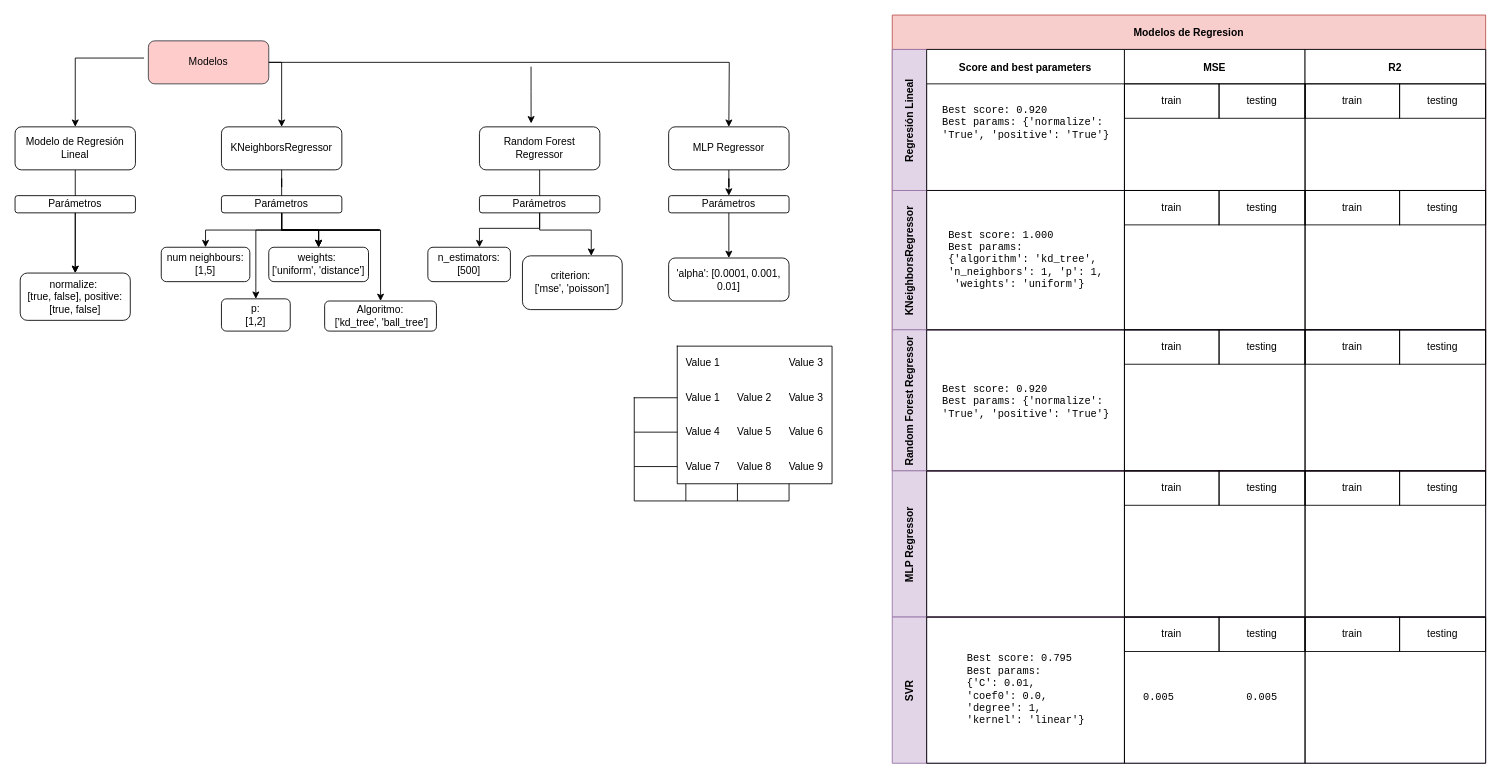
This is Untitled Diagram.drawio from Rebeca98/Proyecto_MineriaDatos, a draw.io file, before an edit. Source tidied: cells renumbered, new cells numbered last; positions are measured from the earlier drawing's top-left corner, leaving out a move shared by most shapes. Both pictures are drawn from the tidied source at 86%, with x=0, y=0 at pixel (15, 15).
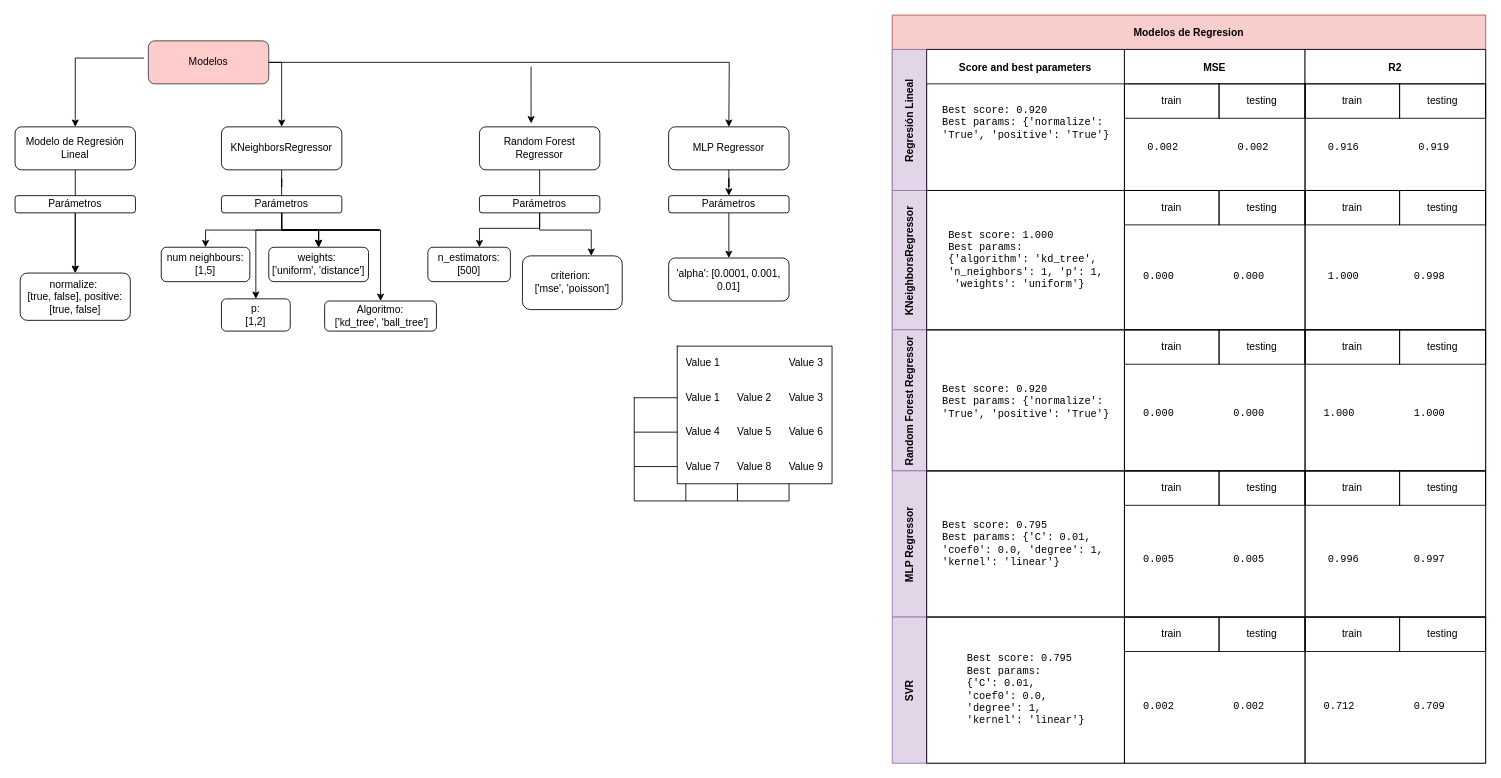
Above is the later version.

Unchanged cells that the change refers to:
```xml
<mxCell id="40" value="MSE" style="swimlane;startSize=40;" parent="37" vertex="1">
  <mxGeometry x="270" width="210" height="164" as="geometry" />
</mxCell>
<mxCell id="43" value="R2" style="swimlane;startSize=40;" parent="37" vertex="1">
  <mxGeometry x="480" width="210" height="164" as="geometry" />
</mxCell>
<mxCell id="52" style="swimlane;startSize=0;" parent="46" vertex="1">
  <mxGeometry x="480" width="210" height="162" as="geometry" />
</mxCell>
<mxCell id="61" style="swimlane;startSize=0;" parent="55" vertex="1">
  <mxGeometry x="480" width="210" height="164" as="geometry" />
</mxCell>
<mxCell id="65" style="swimlane;startSize=0;" parent="64" vertex="1">
  <mxGeometry x="40" width="230" height="170" as="geometry" />
</mxCell>
<mxCell id="69" style="swimlane;startSize=0;" parent="64" vertex="1">
  <mxGeometry x="480" width="210" height="170" as="geometry" />
</mxCell>
<mxCell id="105" style="swimlane;startSize=0;" parent="102" vertex="1">
  <mxGeometry x="270" width="210" height="170" as="geometry" />
</mxCell>
<mxCell id="110" style="swimlane;startSize=0;" parent="102" vertex="1">
  <mxGeometry x="480" width="210" height="170" as="geometry" />
</mxCell>
```

What changed in the source:
```diff
@@
+    <mxCell id="113" value="&lt;pre style=&quot;border: none; margin: 0px; padding: 0px; overflow: auto; word-break: break-all; overflow-wrap: break-word; font-style: normal; font-weight: 400; letter-spacing: normal; text-align: left; text-indent: 0px; text-transform: none; word-spacing: 0px; background-color: rgb(255, 255, 255);&quot;&gt;0.002&lt;/pre&gt;" style="text;whiteSpace=wrap;html=1;" parent="40" vertex="1">
+      <mxGeometry x="25" y="100" width="60" height="30" as="geometry" />
+    </mxCell>
+    <mxCell id="114" value="&lt;pre style=&quot;border: none; margin: 0px; padding: 0px; overflow: auto; word-break: break-all; overflow-wrap: break-word; font-style: normal; font-weight: 400; letter-spacing: normal; text-align: left; text-indent: 0px; text-transform: none; word-spacing: 0px; background-color: rgb(255, 255, 255);&quot;&gt;0.002&lt;/pre&gt;" style="text;whiteSpace=wrap;html=1;" parent="40" vertex="1">
+      <mxGeometry x="130" y="100" width="60" height="30" as="geometry" />
+    </mxCell>
@@
+    <mxCell id="115" value="&lt;pre style=&quot;border: none; margin: 0px; padding: 0px; overflow: auto; word-break: break-all; overflow-wrap: break-word; font-style: normal; font-weight: 400; letter-spacing: normal; text-align: left; text-indent: 0px; text-transform: none; word-spacing: 0px; background-color: rgb(255, 255, 255);&quot;&gt;0.916&lt;/pre&gt;" style="text;whiteSpace=wrap;html=1;" parent="43" vertex="1">
+      <mxGeometry x="25" y="100" width="60" height="30" as="geometry" />
+    </mxCell>
+    <mxCell id="116" value="&lt;pre style=&quot;border: none; margin: 0px; padding: 0px; overflow: auto; word-break: break-all; overflow-wrap: break-word; font-style: normal; font-weight: 400; letter-spacing: normal; text-align: left; text-indent: 0px; text-transform: none; word-spacing: 0px; background-color: rgb(255, 255, 255);&quot;&gt;0.919&lt;/pre&gt;" style="text;whiteSpace=wrap;html=1;" parent="43" vertex="1">
+      <mxGeometry x="130" y="100" width="60" height="30" as="geometry" />
+    </mxCell>
@@
+    <mxCell id="117" value="&lt;pre style=&quot;border: none ; margin: 0px ; padding: 0px ; overflow: auto ; word-break: break-all ; overflow-wrap: break-word ; font-style: normal ; font-weight: 400 ; letter-spacing: normal ; text-align: left ; text-indent: 0px ; text-transform: none ; word-spacing: 0px ; background-color: rgb(255 , 255 , 255)&quot;&gt;&lt;pre style=&quot;border: none ; margin-top: 0px ; margin-bottom: 0px ; padding: 0px ; overflow: auto ; word-break: break-all ; overflow-wrap: break-word&quot;&gt;0.000&lt;/pre&gt;&lt;/pre&gt;" style="text;whiteSpace=wrap;html=1;" parent="52" vertex="1">
+      <mxGeometry x="-190" y="86" width="60" height="30" as="geometry" />
+    </mxCell>
+    <mxCell id="118" value="&lt;pre style=&quot;border: none ; margin: 0px ; padding: 0px ; overflow: auto ; word-break: break-all ; overflow-wrap: break-word ; font-style: normal ; font-weight: 400 ; letter-spacing: normal ; text-align: left ; text-indent: 0px ; text-transform: none ; word-spacing: 0px ; background-color: rgb(255 , 255 , 255)&quot;&gt;&lt;pre style=&quot;border: none ; margin-top: 0px ; margin-bottom: 0px ; padding: 0px ; overflow: auto ; word-break: break-all ; overflow-wrap: break-word&quot;&gt;0.000&lt;/pre&gt;&lt;/pre&gt;" style="text;whiteSpace=wrap;html=1;" parent="52" vertex="1">
+      <mxGeometry x="-85" y="86" width="60" height="30" as="geometry" />
+    </mxCell>
+    <mxCell id="119" value="&lt;pre style=&quot;border: none ; margin: 0px ; padding: 0px ; overflow: auto ; word-break: break-all ; overflow-wrap: break-word ; font-style: normal ; font-weight: 400 ; letter-spacing: normal ; text-align: left ; text-indent: 0px ; text-transform: none ; word-spacing: 0px ; background-color: rgb(255 , 255 , 255)&quot;&gt;&lt;pre style=&quot;border: none ; margin-top: 0px ; margin-bottom: 0px ; padding: 0px ; overflow: auto ; word-break: break-all ; overflow-wrap: break-word&quot;&gt;1.000&lt;/pre&gt;&lt;/pre&gt;" style="text;whiteSpace=wrap;html=1;" parent="52" vertex="1">
+      <mxGeometry x="25" y="86" width="60" height="30" as="geometry" />
+    </mxCell>
+    <mxCell id="120" value="&lt;pre style=&quot;border: none ; margin: 0px ; padding: 0px ; overflow: auto ; word-break: break-all ; overflow-wrap: break-word ; font-style: normal ; font-weight: 400 ; letter-spacing: normal ; text-align: left ; text-indent: 0px ; text-transform: none ; word-spacing: 0px ; background-color: rgb(255 , 255 , 255)&quot;&gt;&lt;pre style=&quot;border: none ; margin-top: 0px ; margin-bottom: 0px ; padding: 0px ; overflow: auto ; word-break: break-all ; overflow-wrap: break-word&quot;&gt;0.998&lt;/pre&gt;&lt;/pre&gt;" style="text;whiteSpace=wrap;html=1;" parent="52" vertex="1">
+      <mxGeometry x="125" y="86" width="60" height="30" as="geometry" />
+    </mxCell>
@@
+    <mxCell id="121" value="&lt;pre style=&quot;border: none ; margin: 0px ; padding: 0px ; overflow: auto ; word-break: break-all ; overflow-wrap: break-word ; font-style: normal ; font-weight: 400 ; letter-spacing: normal ; text-align: left ; text-indent: 0px ; text-transform: none ; word-spacing: 0px ; background-color: rgb(255 , 255 , 255)&quot;&gt;&lt;pre style=&quot;border: none ; margin-top: 0px ; margin-bottom: 0px ; padding: 0px ; overflow: auto ; word-break: break-all ; overflow-wrap: break-word&quot;&gt;0.000&lt;/pre&gt;&lt;/pre&gt;" style="text;whiteSpace=wrap;html=1;" parent="61" vertex="1">
+      <mxGeometry x="-190" y="84" width="60" height="30" as="geometry" />
+    </mxCell>
+    <mxCell id="122" value="&lt;pre style=&quot;border: none ; margin: 0px ; padding: 0px ; overflow: auto ; word-break: break-all ; overflow-wrap: break-word ; font-style: normal ; font-weight: 400 ; letter-spacing: normal ; text-align: left ; text-indent: 0px ; text-transform: none ; word-spacing: 0px ; background-color: rgb(255 , 255 , 255)&quot;&gt;&lt;pre style=&quot;border: none ; margin-top: 0px ; margin-bottom: 0px ; padding: 0px ; overflow: auto ; word-break: break-all ; overflow-wrap: break-word&quot;&gt;0.000&lt;/pre&gt;&lt;/pre&gt;" style="text;whiteSpace=wrap;html=1;" parent="61" vertex="1">
+      <mxGeometry x="-85" y="84" width="60" height="30" as="geometry" />
+    </mxCell>
+    <mxCell id="123" value="&lt;pre style=&quot;border: none ; margin: 0px ; padding: 0px ; overflow: auto ; word-break: break-all ; overflow-wrap: break-word ; font-style: normal ; font-weight: 400 ; letter-spacing: normal ; text-align: left ; text-indent: 0px ; text-transform: none ; word-spacing: 0px ; background-color: rgb(255 , 255 , 255)&quot;&gt;&lt;pre style=&quot;border: none ; margin-top: 0px ; margin-bottom: 0px ; padding: 0px ; overflow: auto ; word-break: break-all ; overflow-wrap: break-word&quot;&gt;1.000&lt;/pre&gt;&lt;/pre&gt;" style="text;whiteSpace=wrap;html=1;" parent="61" vertex="1">
+      <mxGeometry x="20" y="84" width="60" height="30" as="geometry" />
+    </mxCell>
+    <mxCell id="124" value="&lt;pre style=&quot;border: none ; margin: 0px ; padding: 0px ; overflow: auto ; word-break: break-all ; overflow-wrap: break-word ; font-style: normal ; font-weight: 400 ; letter-spacing: normal ; text-align: left ; text-indent: 0px ; text-transform: none ; word-spacing: 0px ; background-color: rgb(255 , 255 , 255)&quot;&gt;&lt;pre style=&quot;border: none ; margin-top: 0px ; margin-bottom: 0px ; padding: 0px ; overflow: auto ; word-break: break-all ; overflow-wrap: break-word&quot;&gt;1.000&lt;/pre&gt;&lt;/pre&gt;" style="text;whiteSpace=wrap;html=1;" parent="61" vertex="1">
+      <mxGeometry x="125" y="84" width="60" height="30" as="geometry" />
+    </mxCell>
@@
+    <mxCell id="125" value="&lt;pre style=&quot;border: none ; margin-top: 0px ; margin-bottom: 0px ; padding: 0px ; overflow: auto ; word-break: break-all ; overflow-wrap: break-word ; text-align: left ; background-color: rgb(255 , 255 , 255)&quot;&gt;&lt;pre style=&quot;border: none ; margin-top: 0px ; margin-bottom: 0px ; padding: 0px ; overflow: auto ; word-break: break-all ; overflow-wrap: break-word&quot;&gt;Best score: 0.795&lt;br/&gt;Best params: {'C': 0.01, &lt;/pre&gt;&lt;pre style=&quot;border: none ; margin-top: 0px ; margin-bottom: 0px ; padding: 0px ; overflow: auto ; word-break: break-all ; overflow-wrap: break-word&quot;&gt;'coef0': 0.0, 'degree': 1, &lt;/pre&gt;&lt;pre style=&quot;border: none ; margin-top: 0px ; margin-bottom: 0px ; padding: 0px ; overflow: auto ; word-break: break-all ; overflow-wrap: break-word&quot;&gt;'kernel': 'linear'}&lt;/pre&gt;&lt;/pre&gt;" style="text;html=1;align=center;verticalAlign=middle;strokeColor=none;fillColor=none;" parent="65" vertex="1">
+      <mxGeometry x="10" y="55" width="210" height="60" as="geometry" />
+    </mxCell>
@@
+    <mxCell id="126" value="&lt;pre style=&quot;border: none ; margin: 0px ; padding: 0px ; overflow: auto ; word-break: break-all ; overflow-wrap: break-word ; font-style: normal ; font-weight: 400 ; letter-spacing: normal ; text-align: left ; text-indent: 0px ; text-transform: none ; word-spacing: 0px ; background-color: rgb(255 , 255 , 255)&quot;&gt;&lt;pre style=&quot;border: none ; margin-top: 0px ; margin-bottom: 0px ; padding: 0px ; overflow: auto ; word-break: break-all ; overflow-wrap: break-word&quot;&gt;&lt;pre style=&quot;border: none ; margin-top: 0px ; margin-bottom: 0px ; padding: 0px ; overflow: auto ; word-break: break-all ; overflow-wrap: break-word&quot;&gt;0.005&lt;/pre&gt;&lt;/pre&gt;&lt;/pre&gt;" style="text;whiteSpace=wrap;html=1;" parent="69" vertex="1">
+      <mxGeometry x="-190" y="90" width="60" height="30" as="geometry" />
+    </mxCell>
+    <mxCell id="127" value="&lt;pre style=&quot;border: none ; margin: 0px ; padding: 0px ; overflow: auto ; word-break: break-all ; overflow-wrap: break-word ; font-style: normal ; font-weight: 400 ; letter-spacing: normal ; text-align: left ; text-indent: 0px ; text-transform: none ; word-spacing: 0px ; background-color: rgb(255 , 255 , 255)&quot;&gt;&lt;pre style=&quot;border: none ; margin-top: 0px ; margin-bottom: 0px ; padding: 0px ; overflow: auto ; word-break: break-all ; overflow-wrap: break-word&quot;&gt;&lt;pre style=&quot;border: none ; margin-top: 0px ; margin-bottom: 0px ; padding: 0px ; overflow: auto ; word-break: break-all ; overflow-wrap: break-word&quot;&gt;0.005&lt;/pre&gt;&lt;/pre&gt;&lt;/pre&gt;" style="text;whiteSpace=wrap;html=1;" parent="69" vertex="1">
+      <mxGeometry x="-85" y="90" width="60" height="30" as="geometry" />
+    </mxCell>
+    <mxCell id="128" value="&lt;pre style=&quot;border: none ; margin: 0px ; padding: 0px ; overflow: auto ; word-break: break-all ; overflow-wrap: break-word ; font-style: normal ; font-weight: 400 ; letter-spacing: normal ; text-align: left ; text-indent: 0px ; text-transform: none ; word-spacing: 0px ; background-color: rgb(255 , 255 , 255)&quot;&gt;&lt;pre style=&quot;border: none ; margin-top: 0px ; margin-bottom: 0px ; padding: 0px ; overflow: auto ; word-break: break-all ; overflow-wrap: break-word&quot;&gt;0.996&lt;/pre&gt;&lt;/pre&gt;" style="text;whiteSpace=wrap;html=1;" parent="69" vertex="1">
+      <mxGeometry x="25" y="90" width="60" height="30" as="geometry" />
+    </mxCell>
+    <mxCell id="129" value="&lt;pre style=&quot;border: none ; margin: 0px ; padding: 0px ; overflow: auto ; word-break: break-all ; overflow-wrap: break-word ; font-style: normal ; font-weight: 400 ; letter-spacing: normal ; text-align: left ; text-indent: 0px ; text-transform: none ; word-spacing: 0px ; background-color: rgb(255 , 255 , 255)&quot;&gt;&lt;pre style=&quot;border: none ; margin-top: 0px ; margin-bottom: 0px ; padding: 0px ; overflow: auto ; word-break: break-all ; overflow-wrap: break-word&quot;&gt;0.997&lt;/pre&gt;&lt;/pre&gt;" style="text;whiteSpace=wrap;html=1;" parent="69" vertex="1">
+      <mxGeometry x="125" y="90" width="60" height="30" as="geometry" />
+    </mxCell>
@@
-    <mxCell id="108" value="&lt;pre style=&quot;border: none; margin: 0px; padding: 0px; overflow: auto; word-break: break-all; overflow-wrap: break-word; font-style: normal; font-weight: 400; letter-spacing: normal; text-align: left; text-indent: 0px; text-transform: none; word-spacing: 0px; background-color: rgb(255, 255, 255);&quot;&gt;0.005&lt;/pre&gt;" style="text;whiteSpace=wrap;html=1;" parent="105" vertex="1">
-      <mxGeometry x="20" y="80" width="60" height="30" as="geometry" />
-    </mxCell>
-    <mxCell id="109" value="&lt;pre style=&quot;border: none; margin: 0px; padding: 0px; overflow: auto; word-break: break-all; overflow-wrap: break-word; font-style: normal; font-weight: 400; letter-spacing: normal; text-align: left; text-indent: 0px; text-transform: none; word-spacing: 0px; background-color: rgb(255, 255, 255);&quot;&gt;0.005&lt;/pre&gt;" style="text;whiteSpace=wrap;html=1;" parent="105" vertex="1">
-      <mxGeometry x="140" y="80" width="60" height="30" as="geometry" />
-    </mxCell>
@@
+    <mxCell id="130" value="&lt;pre style=&quot;border: none; margin: 0px; padding: 0px; overflow: auto; word-break: break-all; overflow-wrap: break-word; font-style: normal; font-weight: 400; letter-spacing: normal; text-align: left; text-indent: 0px; text-transform: none; word-spacing: 0px; background-color: rgb(255, 255, 255);&quot;&gt;0.002&lt;/pre&gt;" style="text;whiteSpace=wrap;html=1;" parent="110" vertex="1">
+      <mxGeometry x="-190" y="90" width="60" height="30" as="geometry" />
+    </mxCell>
+    <mxCell id="131" value="&lt;pre style=&quot;border: none; margin: 0px; padding: 0px; overflow: auto; word-break: break-all; overflow-wrap: break-word; font-style: normal; font-weight: 400; letter-spacing: normal; text-align: left; text-indent: 0px; text-transform: none; word-spacing: 0px; background-color: rgb(255, 255, 255);&quot;&gt;0.002&lt;/pre&gt;" style="text;whiteSpace=wrap;html=1;" parent="110" vertex="1">
+      <mxGeometry x="-85" y="90" width="60" height="30" as="geometry" />
+    </mxCell>
+    <mxCell id="132" value="&lt;pre style=&quot;border: none ; margin: 0px ; padding: 0px ; overflow: auto ; word-break: break-all ; overflow-wrap: break-word ; font-style: normal ; font-weight: 400 ; letter-spacing: normal ; text-align: left ; text-indent: 0px ; text-transform: none ; word-spacing: 0px ; background-color: rgb(255 , 255 , 255)&quot;&gt;&lt;pre style=&quot;border: none ; margin-top: 0px ; margin-bottom: 0px ; padding: 0px ; overflow: auto ; word-break: break-all ; overflow-wrap: break-word&quot;&gt;0.712&lt;/pre&gt;&lt;/pre&gt;" style="text;whiteSpace=wrap;html=1;" parent="110" vertex="1">
+      <mxGeometry x="20" y="90" width="60" height="30" as="geometry" />
+    </mxCell>
+    <mxCell id="133" value="&lt;pre style=&quot;border: none ; margin: 0px ; padding: 0px ; overflow: auto ; word-break: break-all ; overflow-wrap: break-word ; font-style: normal ; font-weight: 400 ; letter-spacing: normal ; text-align: left ; text-indent: 0px ; text-transform: none ; word-spacing: 0px ; background-color: rgb(255 , 255 , 255)&quot;&gt;&lt;pre style=&quot;border: none ; margin-top: 0px ; margin-bottom: 0px ; padding: 0px ; overflow: auto ; word-break: break-all ; overflow-wrap: break-word&quot;&gt;0.709&lt;/pre&gt;&lt;/pre&gt;" style="text;whiteSpace=wrap;html=1;" parent="110" vertex="1">
+      <mxGeometry x="125" y="90" width="60" height="30" as="geometry" />
+    </mxCell>
```
